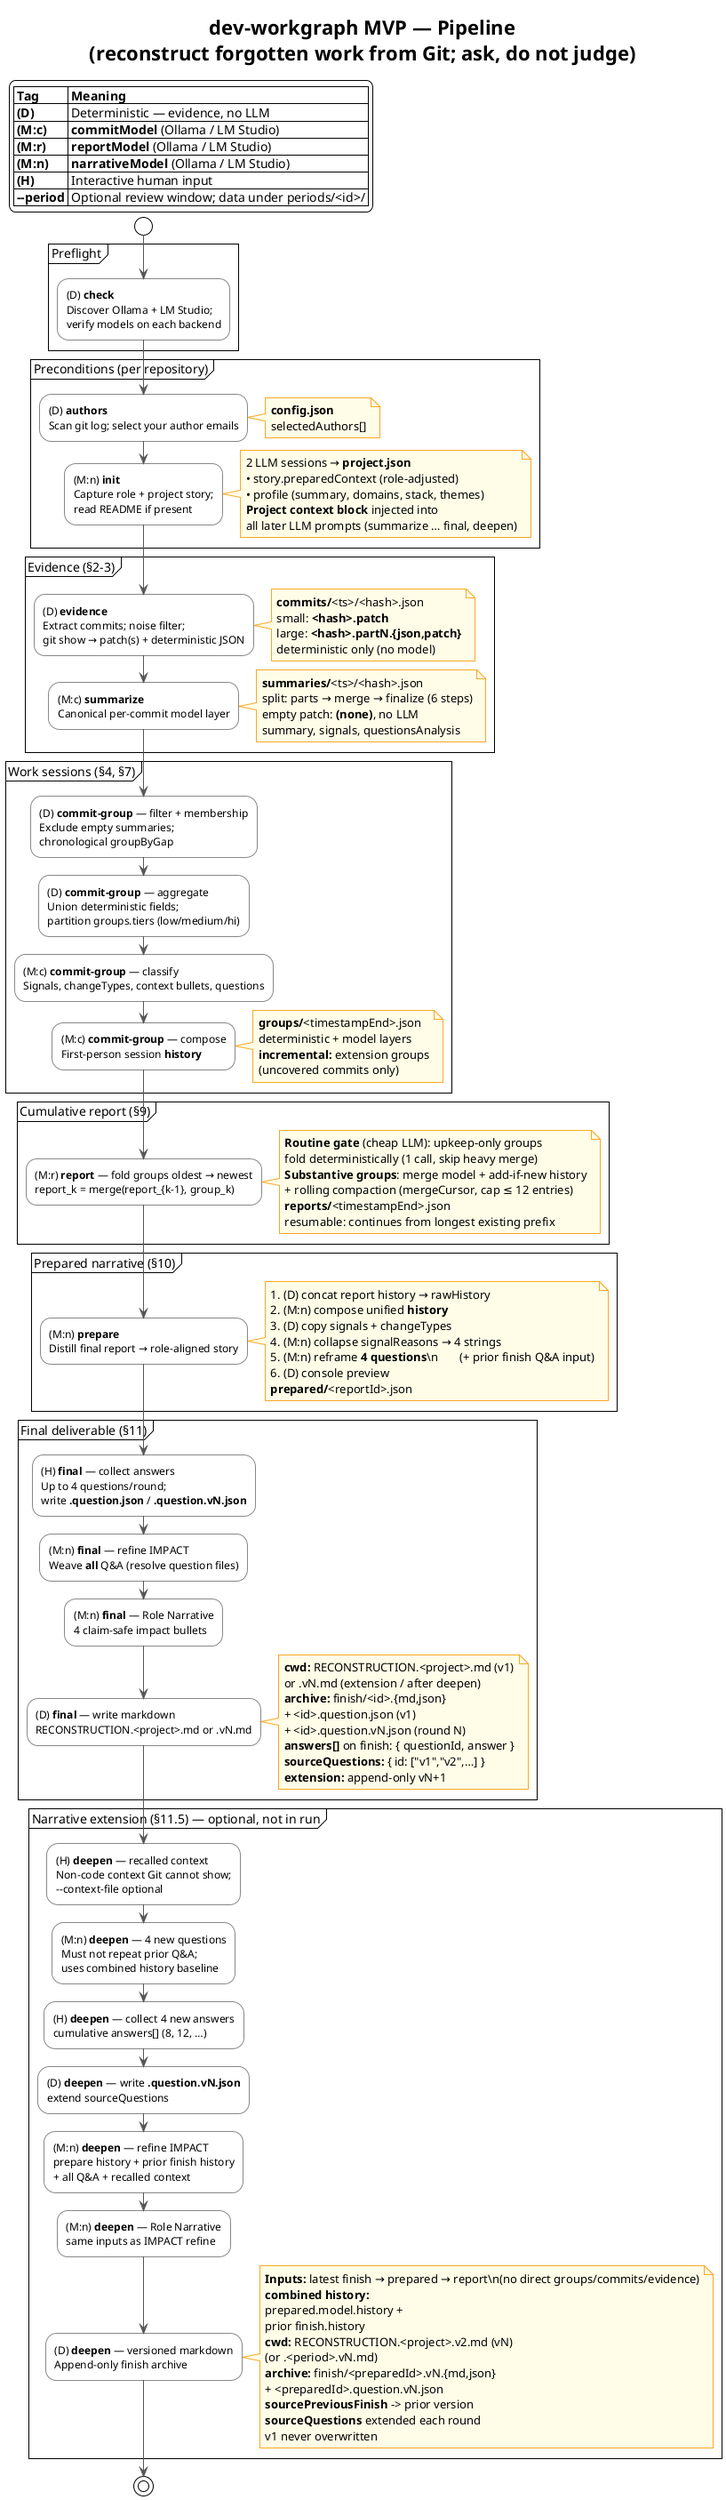
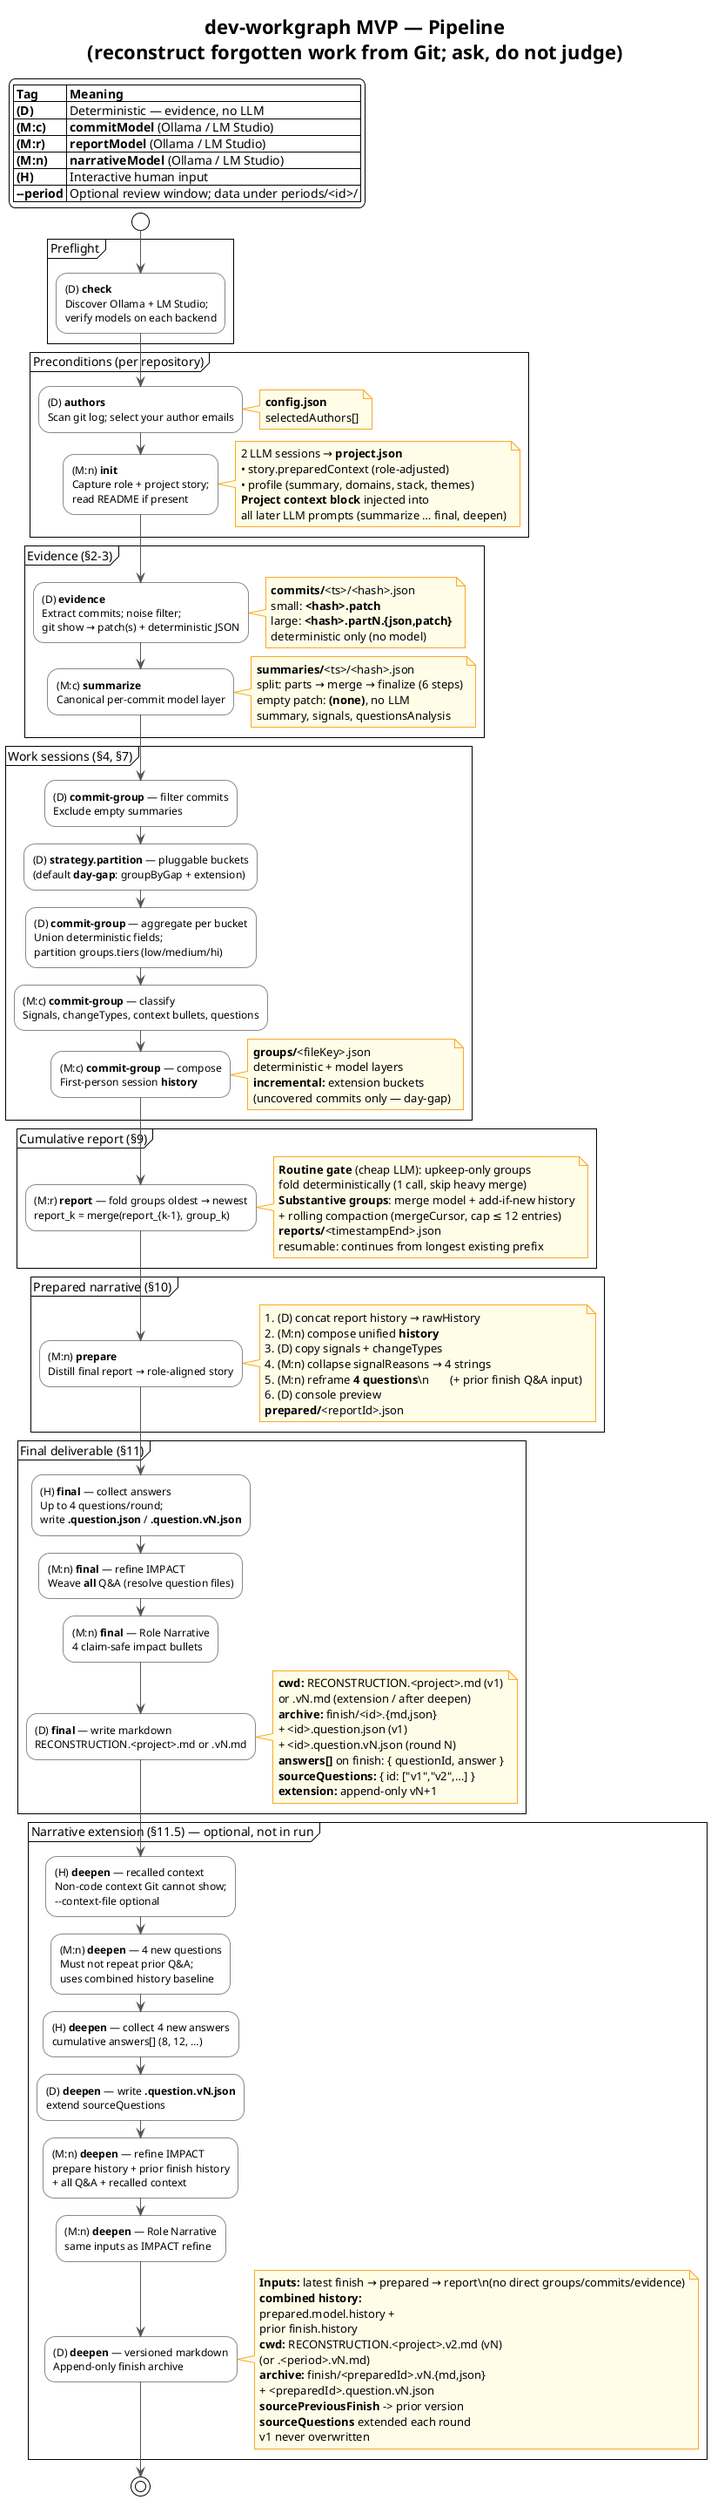
@startuml dev-workgraph-pipeline
!theme plain
skinparam shadowing false
skinparam ArrowColor #555555
skinparam ActivityBorderColor #888888
skinparam NoteBackgroundColor #FFFDE7
skinparam NoteBorderColor #F9A825

title dev-workgraph MVP — Pipeline\n(reconstruct forgotten work from Git; ask, do not judge)

legend top left
  |= Tag |= Meaning |
  | **(D)** | Deterministic — evidence, no LLM |
  | **(M:c)** | **commitModel** (Ollama / LM Studio) |
  | **(M:r)** | **reportModel** (Ollama / LM Studio) |
  | **(M:n)** | **narrativeModel** (Ollama / LM Studio) |
  | **(H)** | Interactive human input |
  | **--period** | Optional review window; data under periods/<id>/ |
endlegend

start

partition "Preflight" {
  :(D) **check**\nDiscover Ollama + LM Studio;\nverify models on each backend;
}

partition "Preconditions (per repository)" {
  :(D) **authors**\nScan git log; select your author emails;
  note right
    **config.json**
    selectedAuthors[]
  end note

  :(M:n) **init**\nCapture role + project story;\nread README if present;
  note right
    2 LLM sessions → **project.json**
    • story.preparedContext (role-adjusted)
    • profile (summary, domains, stack, themes)
    **Project context block** injected into
    all later LLM prompts (summarize … final, deepen)
  end note
}

partition "Evidence (§2–3)" {
  :(D) **evidence**\nExtract commits; noise filter;\ngit show → patch(s) + deterministic JSON;
  note right
    **commits/**<ts>/<hash>.json
    small: **<hash>.patch**
    large: **<hash>.partN.{json,patch}**
    deterministic only (no model)
  end note

  :(M:c) **summarize**\nCanonical per-commit model layer;
  note right
    **summaries/**<ts>/<hash>.json
    split: parts → merge → finalize (6 steps)
    empty patch: **(none)**, no LLM
    summary, signals, questionsAnalysis
  end note
}

partition "Work sessions (§4, §7)" {
-   :(D) **commit-group** — filter + membership\nExclude empty summaries;\nchronological groupByGap;
-   :(D) **commit-group** — aggregate\nUnion deterministic fields;\npartition groups.tiers (low/medium/hi);
+   :(D) **commit-group** — filter commits\nExclude empty summaries;
+   :(D) **strategy.partition** — pluggable buckets\n(default **day-gap**: groupByGap + extension);
+   :(D) **commit-group** — aggregate per bucket\nUnion deterministic fields;\npartition groups.tiers (low/medium/hi);
  :(M:c) **commit-group** — classify\nSignals, changeTypes, context bullets, questions;
  :(M:c) **commit-group** — compose\nFirst-person session **history**;
  note right
-     **groups/**<timestampEnd>.json
+     **groups/**<fileKey>.json
    deterministic + model layers
-     **incremental:** extension groups
-     (uncovered commits only)
+     **incremental:** extension buckets
+     (uncovered commits only — day-gap)
  end note
}

partition "Cumulative report (§9)" {
  :(M:r) **report** — fold groups oldest → newest\nreport_k = merge(report_{k-1}, group_k);
  note right
    **Routine gate** (cheap LLM): upkeep-only groups
    fold deterministically (1 call, skip heavy merge)
    **Substantive groups**: merge model + add-if-new history
    + rolling compaction (mergeCursor, cap ≤ 12 entries)
    **reports/**<timestampEnd>.json
    resumable: continues from longest existing prefix
  end note
}

partition "Prepared narrative (§10)" {
  :(M:n) **prepare**\nDistill final report → role-aligned story;
  note right
    1. (D) concat report history → rawHistory
    2. (M:n) compose unified **history**
    3. (D) copy signals + changeTypes
    4. (M:n) collapse signalReasons → 4 strings
    5. (M:n) reframe **4 questions**\n       (+ prior finish Q&A input)
    6. (D) console preview
    **prepared/**<reportId>.json
  end note
}

partition "Final deliverable (§11)" {
  :(H) **final** — collect answers\nUp to 4 questions/round;\nwrite **.question.json** / **.question.vN.json**;
  :(M:n) **final** — refine IMPACT\nWeave **all** Q&A (resolve question files);
  :(M:n) **final** — Role Narrative\n4 claim-safe impact bullets;
  :(D) **final** — write markdown\nRECONSTRUCTION.<project>.md or .vN.md;
  note right
    **cwd:** RECONSTRUCTION.<project>.md (v1)
    or .vN.md (extension / after deepen)
    **archive:** finish/<id>.{md,json}
    + <id>.question.json (v1)
    + <id>.question.vN.json (round N)
    **answers[]** on finish: { questionId, answer }
    **sourceQuestions:** { id: ["v1","v2",…] }
    **extension:** append-only vN+1
  end note
}

partition "Narrative extension (§11.5) — optional, not in run" {
  :(H) **deepen** — recalled context\nNon-code context Git cannot show;\n--context-file optional;
  :(M:n) **deepen** — 4 new questions\nMust not repeat prior Q&A;\nuses combined history baseline;
  :(H) **deepen** — collect 4 new answers\ncumulative answers[] (8, 12, …);
  :(D) **deepen** — write **.question.vN.json**\nextend sourceQuestions;
  :(M:n) **deepen** — refine IMPACT\nprepare history + prior finish history\n+ all Q&A + recalled context;
  :(M:n) **deepen** — Role Narrative\nsame inputs as IMPACT refine;
  :(D) **deepen** — versioned markdown\nAppend-only finish archive;
  note right
    **Inputs:** latest finish → prepared → report\n(no direct groups/commits/evidence)
    **combined history:**
    prepared.model.history +
    prior finish.history
    **cwd:** RECONSTRUCTION.<project>.v2.md (vN)
    (or .<period>.vN.md)
    **archive:** finish/<preparedId>.vN.{md,json}
    + <preparedId>.question.vN.json
    **sourcePreviousFinish** -> prior version
    **sourceQuestions** extended each round
    v1 never overwritten
  end note
}

stop

@enduml


@startuml dev-workgraph-run-orchestrator
!theme plain
skinparam shadowing false

title dev-workgraph — **run** / **run:period** orchestrator

participant "CLI" as CLI
participant "check" as CHECK
participant "init" as INIT
participant "evidence" as EVID
participant "summarize" as SUM
participant "commit-group" as CG
participant "report" as REP
participant "prepare" as PRE
participant "final" as FIN
participant "Human" as H

CLI -> CHECK : preflight (abort if no LLM backend ready)
- CLI -> CLI : gather upfront inputs\n(3 models, role+story, authors, group thresholds)\nonly if not already saved
+ CLI -> CLI : gather upfront inputs\n(3 models, role+story, authors,\n**group strategy** if >1 registered)

alt run:period / --period <id>
  CLI -> CLI : scope all stages to periods/<id>/\ncommits filtered to [from, to)
end

CLI -> INIT : init [--period]
CLI -> EVID : evidence [--period]
CLI -> SUM : summarize [--period]
CLI -> CG : commit-group [--period]
CLI -> REP : report [--period]
CLI -> PRE : prepare [--period]

note over INIT, PRE
  Unattended stages skip work already done
  (append-only / extension groups / resumable report)
end note

CLI -> FIN : final [--period]
alt extension mode (new prepared + prior finish)
  FIN -> H : up to 4 **new** questions
  H --> FIN : new answers (merged with prior Q&A)
  FIN -> CLI : RECONSTRUCTION.<project>.vN.md + finish vN+1
else first run
  FIN -> H : 4 prepared questions
  H --> FIN : answers
  FIN -> CLI : RECONSTRUCTION.<project>.md + finish v1
end

note over FIN
  **deepen** (§11.5) is **not** part of run —
  run separately after final when the user
  remembers more non-code context
end note

@enduml


@startuml dev-workgraph-deepen
!theme plain
skinparam shadowing false

title dev-workgraph — **deepen** / **deepen --period** (§11.5)\nExtend latest finish; append-only versioning

participant "CLI" as CLI
database "finish/ (latest vN)" as FIN
database "prepared/" as PREP
database "project.json" as PJ
participant "deepen" as DEP
participant "Human" as H
participant "LLM\nnarrativeModel\nOllama | LM Studio" as LLM
database "finish/ vN+1" as FIN2
database "cwd RECONSTRUCTION.*.vN+1.md" as MD

CLI -> DEP : deepen ./repo [--period]

DEP -> FIN : latestFinish() — highest version
DEP -> PREP : via sourcePrepared
DEP -> PJ : project context block

DEP -> H : recalled context (editor)\n--context-file optional
H --> DEP : non-code context

DEP -> DEP : combine history\nprepare.model.history +\nprior finish.history

DEP -> LLM : 4 new follow-up questions\n(prior Q&A + recalled context)
LLM --> DEP : newQuestions x4

DEP -> H : 4 new questions (interactive)\n--answers-file optional
H --> DEP : new answers

DEP -> DEP : write <id>.question.vN.json\nextend sourceQuestions
DEP -> DEP : allQa = prior answers + new\n(resolve question files)

DEP -> LLM : refine IMPACT\n(combined history + allQa + recalled)
LLM --> DEP : impactHistory

DEP -> LLM : Role Narrative x4\n(impactHistory + signalReasons + allQa)
LLM --> DEP : narrative x4

DEP -> MD : RECONSTRUCTION.<project>.vN+1.md
DEP -> FIN2 : finish/<preparedId>.vN+1.{md,json}\n+ .question.vN+1.json\nsourcePreviousFinish, recalledContext,\ncumulative answers[], sourceQuestions

note over FIN, FIN2
  Never overwrites v1 or prior versions.
  Skip if next version file already exists.
end note

@enduml


@startuml dev-workgraph-data-layout
!theme plain
skinparam shadowing false
skinparam componentStyle rectangle

title dev-workgraph — On-disk data layout (~/.workgraph)

package "config.json (outside data dir)" {
  [repos.<abs-path>.role]
  [repos.<abs-path>.selectedAuthors]
-   [repos.<abs-path>.groupThresholdDays]
-   [repos.<abs-path>.groupMaxCommits]
+   [repos.<abs-path>.commitGroupStrategy]
+   [repos.<abs-path>.groupThresholdDays\n(day-gap strategy only)]
+   [repos.<abs-path>.groupMaxCommits\n(day-gap strategy only)]
  [repos.<abs-path>.periods.<id> {from, to}]
  [llm.commit / report / narrative\n{provider, baseUrl, model}]
}

folder "data/repos/<repo-id>/" as REPO {
  file "project.json" as PJ
  folder "commits/<ts>/" as COMM {
    file "<hash>.json\n(evidence manifest)"
    file "<hash>.patch\n(or .partN.*)"
  }
  folder "summaries/<ts>/" as SUMM {
    file "<hash>.json\n(canonical model)"
    file "<hash>.partN.json\n(split audit)"
    file "<hash>.merge.json\n(split audit)"
  }
  folder "groups/" as GRP {
    file "<timestampEnd>.json"
  }
  folder "reports/" as RPT {
    file "<timestampEnd>.json"
  }
  folder "prepared/" as PREP {
    file "<reportId>.json\n(questionsAnalyses only)"
  }
  folder "finish/" as FIN {
    file "<id>.md + .json\n(version 1, from final)"
    file "<id>.question.json\n(v1 question text)"
    file "<id>.v2.md + .v2.json\n(deepen / extension)"
    file "<id>.question.v2.json\n(v2 questions)"
    file "<id>.vN…"
  }
  folder "periods/<period>/" as PER {
    note bottom
      Mirrors repo layout:
      project.json, commits/, groups/,
      reports/, prepared/, finish/
    end note
  }
}

PJ --> COMM : project context for LLM
COMM --> SUMM : evidence → summarize
SUMM --> GRP : canonical summaries
GRP --> RPT : fold chain
RPT --> PREP : latest report
PREP --> FIN : prepared narrative\n(answers on finish only)
FIN --> FIN : deepen or extension final\n-> v2, v3, … (sourcePreviousFinish)

note bottom of REPO
  **export** bundles data/repos/<repo-id>/ + config entry → .tar.gz
  **import** restores bundle; **export/import** are data-only (no LLM)
end note

@enduml


@startuml dev-workgraph-evidence-principle
!theme plain
skinparam shadowing false

title dev-workgraph — Evidence vs interpretation vs missing context (§15)

rectangle "Human-provided (starting context)" #E3F2FD {
  card "project story (raw)" as RAW
  card "prepared story context" as PREP
  card "project profile" as PROF
  card "recalled context\n(deepen, §11.5)" as REC
}

rectangle "Evidence (trustworthy)" #E8F5E9 {
  card "commits + patches" as PATCH
  card "deterministic JSON\n(files, churn, areas, tiers)" as DET
}

rectangle "Interpretation (may be wrong;\nmust cite signal reasons)" #FFF3E0 {
  card "commit / group / report\nmodel summaries & signals" as MOD
  card "prepared narrative\n+ Role Narrative bullets" as NAR
}

rectangle "Primary product" #FCE4EC {
  card "**questions** -> finish/*.question.json\n+ human **answers** on finish archive" as Q
  card "**RECONSTRUCTION.<project>.md**" as OUT
  card "**RECONSTRUCTION.<project>.vN.md**\n(deepen, append-only)" as OUTV
}

RAW --> PREP
RAW --> PROF
PATCH --> DET
DET --> MOD
MOD --> NAR
MOD --> Q
Q --> OUT
REC --> Q : deepen: 4 new Q\n+ cumulative answers
REC --> NAR
Q --> OUTV : deepen / extension final\nrefines IMPACT + Role Narrative
PREP --> MOD
PROF --> MOD
NAR --> OUT
NAR --> OUTV

note bottom of OUT
  Never overclaim impact, ownership, or production usage.
  System reconstructs **what** changed and **where**;
  human confirms **why** and **whether it mattered**.
  **deepen** and **extension final** share the same vN chain.
end note

@enduml
